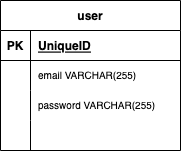
The draw.io diagram ERD.drawio.png in xxmark10xx/project-2, before a commit. Source tidied: cells renumbered, new cells last; positions are measured from the earlier drawing's top-left corner, leaving out a move shared by most shapes.
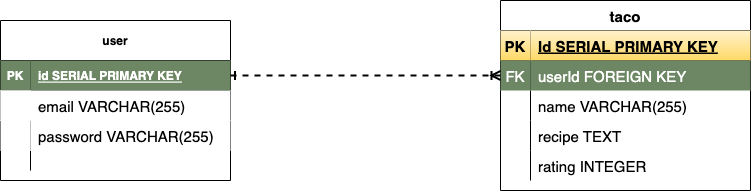
After the commit.

Change to the diagram source:
```diff
@@ -2,44 +2,95 @@
   <root>
     <mxCell id="0" />
     <mxCell id="1" parent="0" />
-    <mxCell id="2" value="user" style="shape=table;startSize=30;rowLines=0;fontStyle=1;align=center;" parent="1" vertex="1">
-      <mxGeometry width="180" height="150" as="geometry" />
+    <mxCell id="2" value="user" style="shape=table;startSize=40;rowLines=0;fontStyle=1;align=center;" parent="1" vertex="1">
+      <mxGeometry width="230" height="160" as="geometry" />
     </mxCell>
     <mxCell id="3" style="shape=tableRow;horizontal=0;startSize=0;swimlaneHead=0;swimlaneBody=0;fillColor=none;points=[[0,0.5],[1,0.5]];portConstraint=eastwest;top=0;left=0;right=0;bottom=1;" parent="2" vertex="1">
-      <mxGeometry y="30" width="180" height="30" as="geometry" />
+      <mxGeometry y="40" width="230" height="30" as="geometry" />
     </mxCell>
-    <mxCell id="4" value="PK" style="shape=partialRectangle;fillColor=none;top=0;left=0;bottom=0;right=0;fontStyle=1;overflow=hidden;" parent="3" vertex="1">
+    <mxCell id="4" value="PK" style="shape=partialRectangle;fillColor=#6d8764;top=0;left=0;bottom=0;right=0;fontStyle=1;overflow=hidden;fontColor=#ffffff;strokeColor=#3A5431;" parent="3" vertex="1">
       <mxGeometry width="30" height="30" as="geometry" />
     </mxCell>
-    <mxCell id="5" value="UniqueID" style="shape=partialRectangle;fillColor=none;top=0;left=0;bottom=0;right=0;align=left;spacingLeft=6;fontStyle=5;overflow=hidden;" parent="3" vertex="1">
-      <mxGeometry x="30" width="150" height="30" as="geometry" />
+    <mxCell id="5" value="id SERIAL PRIMARY KEY" style="shape=partialRectangle;fillColor=#6d8764;top=0;left=0;bottom=0;right=0;align=left;spacingLeft=6;fontStyle=5;overflow=hidden;fontColor=#ffffff;strokeColor=#3A5431;" parent="3" vertex="1">
+      <mxGeometry x="30" width="200" height="30" as="geometry" />
     </mxCell>
-    <mxCell id="6" style="shape=tableRow;horizontal=0;startSize=0;swimlaneHead=0;swimlaneBody=0;fillColor=none;top=0;left=0;right=0;bottom=0;" parent="2" vertex="1">
-      <mxGeometry y="60" width="180" height="30" as="geometry" />
+    <mxCell id="6" style="shape=tableRow;horizontal=0;startSize=0;swimlaneHead=0;swimlaneBody=0;top=0;left=0;right=0;bottom=0;" parent="2" vertex="1">
+      <mxGeometry y="70" width="230" height="30" as="geometry" />
     </mxCell>
-    <mxCell id="7" style="shape=partialRectangle;fillColor=none;top=0;left=0;bottom=0;right=0;overflow=hidden;" parent="6" vertex="1">
+    <mxCell id="7" style="shape=partialRectangle;top=0;left=0;bottom=0;right=0;overflow=hidden;" parent="6" vertex="1">
       <mxGeometry width="30" height="30" as="geometry" />
     </mxCell>
-    <mxCell id="8" value="email VARCHAR(255)" style="shape=partialRectangle;fillColor=none;top=0;left=0;bottom=0;right=0;align=left;spacingLeft=6;overflow=hidden;fontSize=10;" parent="6" vertex="1">
-      <mxGeometry x="30" width="150" height="30" as="geometry" />
+    <mxCell id="8" value="email VARCHAR(255)" style="shape=partialRectangle;fillColor=none;top=0;left=0;bottom=0;right=0;align=left;spacingLeft=6;overflow=hidden;fontSize=15;" parent="6" vertex="1">
+      <mxGeometry x="30" width="200" height="30" as="geometry" />
     </mxCell>
     <mxCell id="9" style="shape=tableRow;horizontal=0;startSize=0;swimlaneHead=0;swimlaneBody=0;fillColor=none;top=0;left=0;right=0;bottom=0;" parent="2" vertex="1">
-      <mxGeometry y="90" width="180" height="30" as="geometry" />
+      <mxGeometry y="100" width="230" height="30" as="geometry" />
     </mxCell>
-    <mxCell id="10" style="shape=partialRectangle;fillColor=none;top=0;left=0;bottom=0;right=0;overflow=hidden;" parent="9" vertex="1">
+    <mxCell id="10" style="shape=partialRectangle;top=0;left=0;bottom=0;right=0;overflow=hidden;" parent="9" vertex="1">
       <mxGeometry width="30" height="30" as="geometry" />
     </mxCell>
-    <mxCell id="11" value="password VARCHAR(255)" style="shape=partialRectangle;fillColor=none;top=0;left=0;bottom=0;right=0;align=left;spacingLeft=6;overflow=hidden;fontSize=10;" parent="9" vertex="1">
-      <mxGeometry x="30" width="150" height="30" as="geometry" />
+    <mxCell id="11" value="password VARCHAR(255)" style="shape=partialRectangle;top=0;left=0;bottom=0;right=0;align=left;spacingLeft=6;overflow=hidden;fontSize=15;" parent="9" vertex="1">
+      <mxGeometry x="30" width="200" height="30" as="geometry" />
     </mxCell>
     <mxCell id="12" style="shape=tableRow;horizontal=0;startSize=0;swimlaneHead=0;swimlaneBody=0;fillColor=none;top=0;left=0;right=0;bottom=0;" parent="2" vertex="1">
-      <mxGeometry y="120" width="180" height="30" as="geometry" />
+      <mxGeometry y="130" width="230" height="20" as="geometry" />
     </mxCell>
     <mxCell id="13" style="shape=partialRectangle;fillColor=none;top=0;left=0;bottom=0;right=0;overflow=hidden;" parent="12" vertex="1">
-      <mxGeometry width="30" height="30" as="geometry" />
+      <mxGeometry width="30" height="20" as="geometry" />
     </mxCell>
     <mxCell id="14" style="shape=partialRectangle;fillColor=none;top=0;left=0;bottom=0;right=0;align=left;spacingLeft=6;overflow=hidden;" parent="12" vertex="1">
-      <mxGeometry x="30" width="150" height="30" as="geometry" />
+      <mxGeometry x="30" width="200" height="20" as="geometry" />
     </mxCell>
+    <mxCell id="15" value="taco" style="shape=table;startSize=30;rowLines=0;fontStyle=1;align=center;fontSize=15;" parent="1" vertex="1">
+      <mxGeometry x="500" y="-20" width="250" height="190" as="geometry" />
+    </mxCell>
+    <mxCell id="16" style="shape=tableRow;horizontal=0;startSize=0;swimlaneHead=0;swimlaneBody=0;fillColor=none;top=0;left=0;right=0;bottom=1;fontSize=15;" parent="15" vertex="1">
+      <mxGeometry y="30" width="250" height="30" as="geometry" />
+    </mxCell>
+    <mxCell id="17" value="PK" style="shape=partialRectangle;fillColor=#fff2cc;top=0;left=0;bottom=0;right=0;fontStyle=1;overflow=hidden;fontSize=15;gradientColor=#ffd966;strokeColor=#d6b656;" parent="16" vertex="1">
+      <mxGeometry width="30" height="30" as="geometry" />
+    </mxCell>
+    <mxCell id="18" value="Id SERIAL PRIMARY KEY" style="shape=partialRectangle;fillColor=#fff2cc;top=0;left=0;bottom=0;right=0;align=left;spacingLeft=6;fontStyle=5;overflow=hidden;fontSize=15;gradientColor=#ffd966;strokeColor=#d6b656;" parent="16" vertex="1">
+      <mxGeometry x="30" width="220" height="30" as="geometry" />
+    </mxCell>
+    <mxCell id="19" style="shape=tableRow;horizontal=0;startSize=0;swimlaneHead=0;swimlaneBody=0;fillColor=none;points=[[0,0.5],[1,0.5]];portConstraint=eastwest;top=0;left=0;right=0;bottom=0;fontSize=15;" parent="15" vertex="1">
+      <mxGeometry y="60" width="250" height="30" as="geometry" />
+    </mxCell>
+    <mxCell id="20" value="FK" style="shape=partialRectangle;fillColor=#6d8764;top=0;left=0;bottom=0;right=0;fontStyle=0;overflow=hidden;fontSize=15;fontColor=#ffffff;strokeColor=#3A5431;" parent="19" vertex="1">
+      <mxGeometry width="30" height="30" as="geometry" />
+    </mxCell>
+    <mxCell id="21" value="userId FOREIGN KEY" style="shape=partialRectangle;fillColor=#6d8764;top=0;left=0;bottom=0;right=0;align=left;spacingLeft=6;fontStyle=0;overflow=hidden;fontSize=15;fontColor=#ffffff;strokeColor=#3A5431;" parent="19" vertex="1">
+      <mxGeometry x="30" width="220" height="30" as="geometry" />
+    </mxCell>
+    <mxCell id="22" style="shape=tableRow;horizontal=0;startSize=0;swimlaneHead=0;swimlaneBody=0;fillColor=none;top=0;left=0;right=0;bottom=0;fontSize=15;" parent="15" vertex="1">
+      <mxGeometry y="90" width="250" height="30" as="geometry" />
+    </mxCell>
+    <mxCell id="23" style="shape=partialRectangle;fillColor=none;top=0;left=0;bottom=0;right=0;overflow=hidden;fontSize=15;" parent="22" vertex="1">
+      <mxGeometry width="30" height="30" as="geometry" />
+    </mxCell>
+    <mxCell id="24" value="name VARCHAR(255)" style="shape=partialRectangle;fillColor=none;top=0;left=0;bottom=0;right=0;align=left;spacingLeft=6;overflow=hidden;fontSize=15;" parent="22" vertex="1">
+      <mxGeometry x="30" width="220" height="30" as="geometry" />
+    </mxCell>
+    <mxCell id="25" style="shape=tableRow;horizontal=0;startSize=0;swimlaneHead=0;swimlaneBody=0;fillColor=none;top=0;left=0;right=0;bottom=0;fontSize=15;" parent="15" vertex="1">
+      <mxGeometry y="120" width="250" height="30" as="geometry" />
+    </mxCell>
+    <mxCell id="26" style="shape=partialRectangle;fillColor=none;top=0;left=0;bottom=0;right=0;overflow=hidden;fontSize=15;" parent="25" vertex="1">
+      <mxGeometry width="30" height="30" as="geometry" />
+    </mxCell>
+    <mxCell id="27" value="recipe TEXT" style="shape=partialRectangle;fillColor=none;top=0;left=0;bottom=0;right=0;align=left;spacingLeft=6;overflow=hidden;fontSize=15;" parent="25" vertex="1">
+      <mxGeometry x="30" width="220" height="30" as="geometry" />
+    </mxCell>
+    <mxCell id="28" style="shape=tableRow;horizontal=0;startSize=0;swimlaneHead=0;swimlaneBody=0;fillColor=none;top=0;left=0;right=0;bottom=0;fontSize=15;" parent="15" vertex="1">
+      <mxGeometry y="150" width="250" height="30" as="geometry" />
+    </mxCell>
+    <mxCell id="29" style="shape=partialRectangle;fillColor=none;top=0;left=0;bottom=0;right=0;overflow=hidden;fontSize=15;" parent="28" vertex="1">
+      <mxGeometry width="30" height="30" as="geometry" />
+    </mxCell>
+    <mxCell id="30" value="rating INTEGER" style="shape=partialRectangle;fillColor=none;top=0;left=0;bottom=0;right=0;align=left;spacingLeft=6;overflow=hidden;fontSize=15;" parent="28" vertex="1">
+      <mxGeometry x="30" width="220" height="30" as="geometry" />
+    </mxCell>
+    <mxCell id="31" style="edgeStyle=entityRelationEdgeStyle;fontSize=12;html=1;endArrow=ERoneToMany;rounded=0;exitX=1;exitY=0.5;exitDx=0;exitDy=0;startArrow=ERone;startFill=0;dashed=1;strokeWidth=2;entryX=0;entryY=0.5;entryDx=0;entryDy=0;" parent="1" edge="1" source="3" target="19">
+      <mxGeometry relative="1" as="geometry" />
+    </mxCell>
   </root>
 </mxGraphModel>
```
